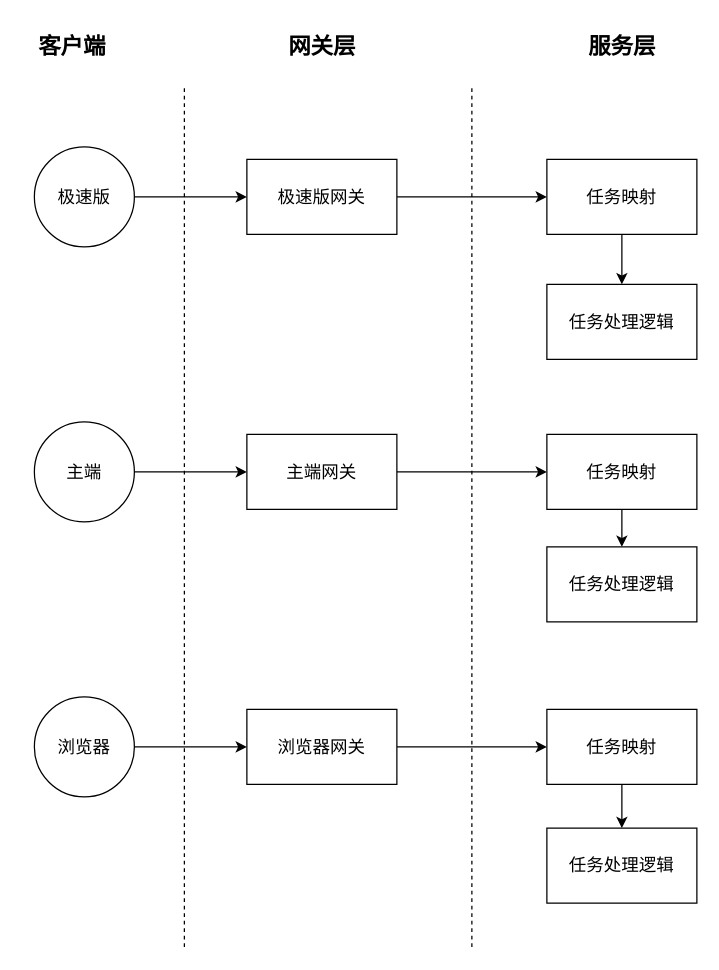
The draw.io diagram drawio/新人金币礼包迁移前数据流.drawio in Hui4401/file, before the edit. Source tidied: cells renumbered, new cells numbered last; positions are measured from the earlier drawing's top-left corner, leaving out a move shared by most shapes. Both pictures are drawn from the tidied source at 125%, with x=0, y=0 at pixel (21, 21).
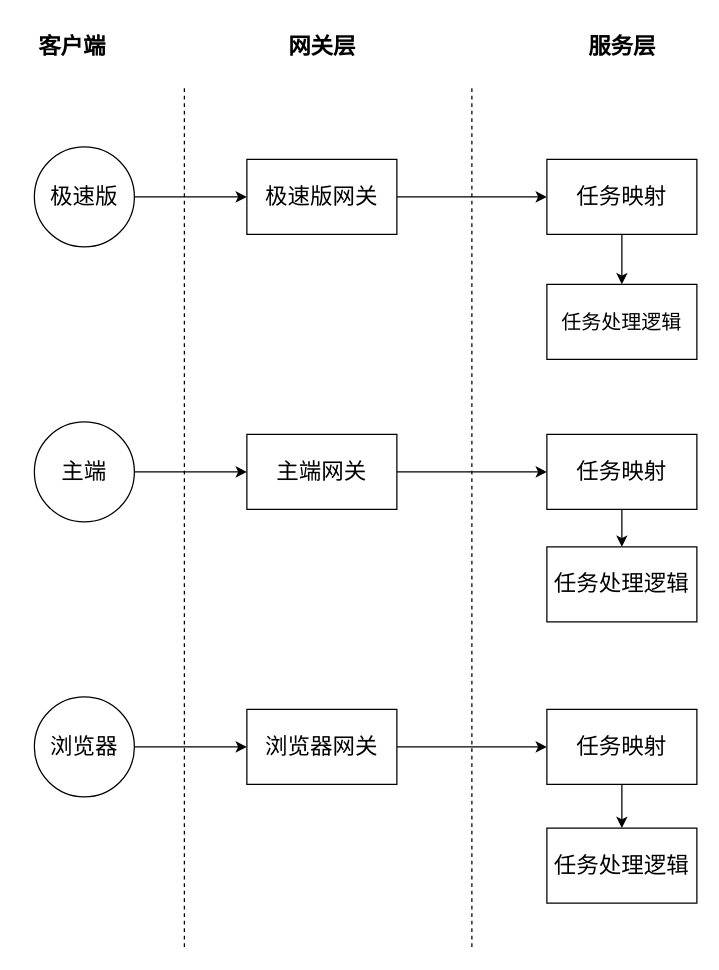
The same diagram, later.

Commit message:
更新新人金币礼包迁移前数据流.drawio

Diff of the diagram source:
```diff
@@
-    <mxCell id="3" value="&lt;font style=&quot;font-size: 14px;&quot;&gt;极速版&lt;/font&gt;" style="ellipse;whiteSpace=wrap;html=1;" parent="1" vertex="1">
+    <mxCell id="3" value="&lt;font style=&quot;font-size: 18px;&quot;&gt;极速版&lt;/font&gt;" style="ellipse;whiteSpace=wrap;html=1;" parent="1" vertex="1">
       <mxGeometry x="10" y="100" width="80" height="80" as="geometry" />
     </mxCell>
@@
-    <mxCell id="5" value="&lt;font style=&quot;font-size: 14px;&quot;&gt;主端&lt;/font&gt;" style="ellipse;whiteSpace=wrap;html=1;" parent="1" vertex="1">
+    <mxCell id="5" value="&lt;font style=&quot;font-size: 18px;&quot;&gt;主端&lt;/font&gt;" style="ellipse;whiteSpace=wrap;html=1;" parent="1" vertex="1">
       <mxGeometry x="10" y="320" width="80" height="80" as="geometry" />
     </mxCell>
@@
-    <mxCell id="7" value="&lt;font style=&quot;font-size: 14px;&quot;&gt;浏览器&lt;/font&gt;" style="ellipse;whiteSpace=wrap;html=1;" parent="1" vertex="1">
+    <mxCell id="7" value="&lt;font style=&quot;font-size: 18px;&quot;&gt;浏览器&lt;/font&gt;" style="ellipse;whiteSpace=wrap;html=1;" parent="1" vertex="1">
       <mxGeometry x="10" y="540" width="80" height="80" as="geometry" />
     </mxCell>
@@
-    <mxCell id="9" value="&lt;font style=&quot;font-size: 14px;&quot;&gt;极速版网关&lt;/font&gt;" style="rounded=0;whiteSpace=wrap;html=1;" parent="1" vertex="1">
+    <mxCell id="9" value="&lt;font style=&quot;font-size: 18px;&quot;&gt;极速版网关&lt;/font&gt;" style="rounded=0;whiteSpace=wrap;html=1;" parent="1" vertex="1">
       <mxGeometry x="180" y="110" width="120" height="60" as="geometry" />
     </mxCell>
@@
-    <mxCell id="11" value="&lt;font style=&quot;font-size: 14px;&quot;&gt;主端网关&lt;/font&gt;" style="rounded=0;whiteSpace=wrap;html=1;" parent="1" vertex="1">
+    <mxCell id="11" value="&lt;font style=&quot;font-size: 18px;&quot;&gt;主端网关&lt;/font&gt;" style="rounded=0;whiteSpace=wrap;html=1;" parent="1" vertex="1">
       <mxGeometry x="180" y="330" width="120" height="60" as="geometry" />
     </mxCell>
@@
-    <mxCell id="13" value="&lt;font style=&quot;font-size: 14px;&quot;&gt;浏览器网关&lt;/font&gt;" style="rounded=0;whiteSpace=wrap;html=1;" parent="1" vertex="1">
+    <mxCell id="13" value="&lt;font style=&quot;font-size: 18px;&quot;&gt;浏览器网关&lt;/font&gt;" style="rounded=0;whiteSpace=wrap;html=1;" parent="1" vertex="1">
       <mxGeometry x="180" y="550" width="120" height="60" as="geometry" />
     </mxCell>
@@
-    <mxCell id="15" value="&lt;font style=&quot;font-size: 14px;&quot;&gt;任务映射&lt;/font&gt;" style="rounded=0;whiteSpace=wrap;html=1;" parent="1" vertex="1">
+    <mxCell id="15" value="&lt;font style=&quot;font-size: 18px;&quot;&gt;任务映射&lt;/font&gt;" style="rounded=0;whiteSpace=wrap;html=1;" parent="1" vertex="1">
       <mxGeometry x="420" y="110" width="120" height="60" as="geometry" />
     </mxCell>
-    <mxCell id="16" value="&lt;font style=&quot;font-size: 14px;&quot;&gt;任务处理逻辑&lt;/font&gt;" style="rounded=0;whiteSpace=wrap;html=1;" parent="1" vertex="1">
+    <mxCell id="16" value="&lt;font style=&quot;font-size: 16px;&quot;&gt;任务处理逻辑&lt;/font&gt;" style="rounded=0;whiteSpace=wrap;html=1;" parent="1" vertex="1">
       <mxGeometry x="420" y="210" width="120" height="60" as="geometry" />
     </mxCell>
@@
-    <mxCell id="18" value="&lt;font style=&quot;font-size: 14px;&quot;&gt;任务映射&lt;/font&gt;" style="rounded=0;whiteSpace=wrap;html=1;" parent="1" vertex="1">
+    <mxCell id="18" value="&lt;font style=&quot;font-size: 18px;&quot;&gt;任务映射&lt;/font&gt;" style="rounded=0;whiteSpace=wrap;html=1;" parent="1" vertex="1">
       <mxGeometry x="420" y="330" width="120" height="60" as="geometry" />
     </mxCell>
-    <mxCell id="19" value="&lt;font style=&quot;font-size: 14px;&quot;&gt;任务处理逻辑&lt;/font&gt;" style="rounded=0;whiteSpace=wrap;html=1;" parent="1" vertex="1">
+    <mxCell id="19" value="&lt;font style=&quot;font-size: 18px;&quot;&gt;任务处理逻辑&lt;/font&gt;" style="rounded=0;whiteSpace=wrap;html=1;" parent="1" vertex="1">
       <mxGeometry x="420" y="420" width="120" height="60" as="geometry" />
     </mxCell>
@@
-    <mxCell id="21" value="&lt;font style=&quot;font-size: 14px;&quot;&gt;任务映射&lt;/font&gt;" style="rounded=0;whiteSpace=wrap;html=1;" parent="1" vertex="1">
+    <mxCell id="21" value="&lt;font style=&quot;font-size: 18px;&quot;&gt;任务映射&lt;/font&gt;" style="rounded=0;whiteSpace=wrap;html=1;" parent="1" vertex="1">
       <mxGeometry x="420" y="550" width="120" height="60" as="geometry" />
     </mxCell>
-    <mxCell id="22" value="&lt;font style=&quot;font-size: 14px;&quot;&gt;任务处理逻辑&lt;/font&gt;" style="rounded=0;whiteSpace=wrap;html=1;" parent="1" vertex="1">
+    <mxCell id="22" value="&lt;font style=&quot;font-size: 18px;&quot;&gt;任务处理逻辑&lt;/font&gt;" style="rounded=0;whiteSpace=wrap;html=1;" parent="1" vertex="1">
       <mxGeometry x="420" y="645" width="120" height="60" as="geometry" />
     </mxCell>
@@
-    <mxCell id="27" value="&lt;span style=&quot;font-size: 18px;&quot;&gt;&lt;b&gt;服务层&lt;/b&gt;&lt;/span&gt;" style="text;html=1;align=center;verticalAlign=middle;strokeColor=none;fillColor=none;" parent="1" vertex="1">
+    <mxCell id="27" value="&lt;b style=&quot;&quot;&gt;&lt;font style=&quot;font-size: 18px;&quot;&gt;服务层&lt;/font&gt;&lt;/b&gt;" style="text;html=1;align=center;verticalAlign=middle;strokeColor=none;fillColor=none;" parent="1" vertex="1">
       <mxGeometry x="440" width="80" height="40" as="geometry" />
     </mxCell>
```
